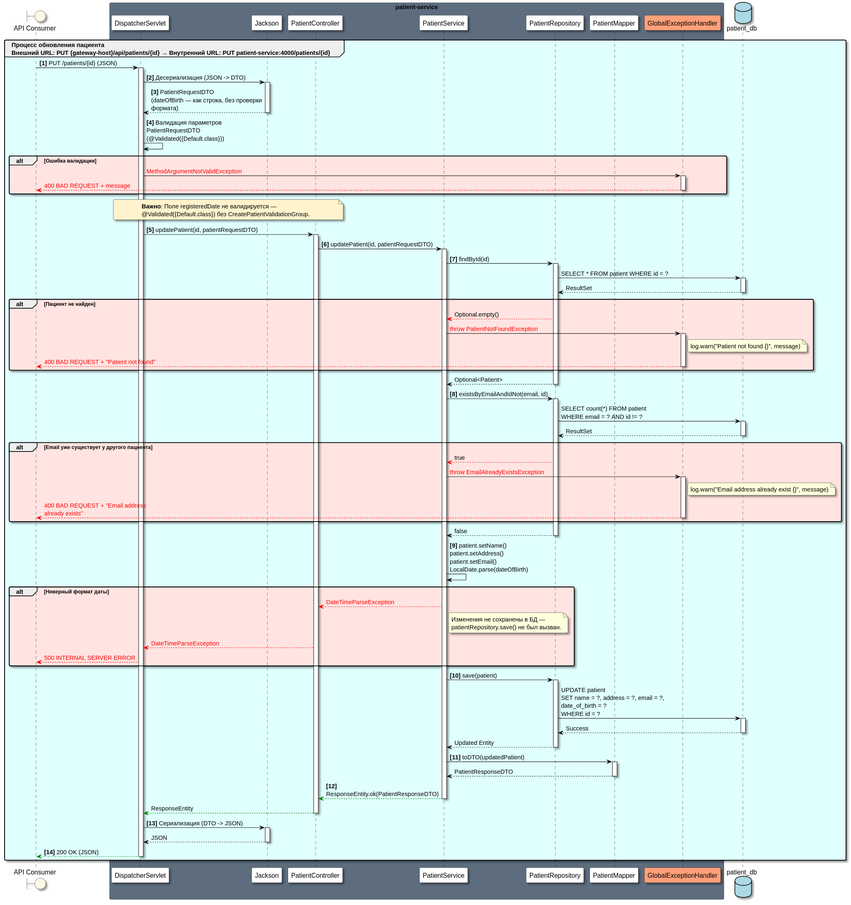
The PlantUML diagram Docs/As-is/Diagrams/PUT.patients.id.svg in ni1a207/Healthcare-System, before a commit. Source of this version:
```plantuml
@startuml
skinparam Shadowing true
skinparam RoundCorner 5
skinparam MaxMessageSize 250

boundary "API Consumer" as AC #FEF9E7

box "patient-service" #5D6D7E
    participant "DispatcherServlet" as DS #White
    participant "Jackson" as Jackson #White
    participant "PatientController" as Ctrl #White
    participant "PatientService" as Service #White
    participant "PatientRepository" as Repo #White
    participant "PatientMapper" as Mapper #White
    participant "GlobalExceptionHandler" as GEH #LightSalmon
end box

database "patient_db" as DB #LightBlue

group #LightCyan Процесс обновления пациента\nВнешний URL: PUT {gateway-host}/api/patients/{id} → Внутренний URL: PUT patient-service:4000/patients/{id}

    AC -> DS ++: **[1]** PUT /patients/{id} (JSON)

    DS -> Jackson ++: **[2]** Десериализация (JSON -> DTO)
    Jackson --> DS --: **[3]** PatientRequestDTO\n(dateOfBirth — как строка, без проверки формата)

    DS -> DS: **[4]** Валидация параметров PatientRequestDTO\n(@Validated({Default.class}))
    alt #MistyRose Ошибка валидации
        DS -> GEH ++: <color:#red>MethodArgumentNotValidException</color>
        GEH --[#red]> AC: <color:#red>400 BAD REQUEST + message</color>
        deactivate GEH
    end

    note over DS, Ctrl #FFF3CD: **Важно**: Поле registeredDate не валидируется —\n@Validated({Default.class}) без CreatePatientValidationGroup.

    DS -> Ctrl ++: **[5]** updatePatient(id, patientRequestDTO)
    Ctrl -> Service ++: **[6]** updatePatient(id, patientRequestDTO)

    Service -> Repo ++: **[7]** findById(id)
    Repo -> DB ++: SELECT * FROM patient WHERE id = ?
    DB --> Repo --: ResultSet

    alt #MistyRose Пациент не найден
        Repo --[#red]> Service: Optional.empty()
        Service -> GEH ++: <color:#red>throw PatientNotFoundException</color>
        note right of GEH: log.warn("Patient not found {}", message)
        GEH --[#red]> AC: <color:#red>400 BAD REQUEST + "Patient not found"</color>
        deactivate GEH
    end

    Repo --> Service --: Optional<Patient>

    Service -> Repo ++: **[8]** existsByEmailAndIdNot(email, id)
    Repo -> DB ++: SELECT count(*) FROM patient\nWHERE email = ? AND id != ?
    DB --> Repo --: ResultSet

    alt #MistyRose Email уже существует у другого пациента
        Repo --[#red]> Service: true
        Service -> GEH ++: <color:#red>throw EmailAlreadyExistsException</color>
        note right of GEH: log.warn("Email address already exist {}", message)
        GEH --[#red]> AC: <color:#red>400 BAD REQUEST + "Email address already exists"</color>
        deactivate GEH
    end

    Repo --> Service --: false

    Service -> Service: **[9]** patient.setName()\npatient.setAddress()\npatient.setEmail()\nLocalDate.parse(dateOfBirth)

    alt #MistyRose Неверный формат даты
        Service --[#red]> Ctrl: <color:#red>DateTimeParseException</color>
        note right of Service: Изменения не сохранены в БД —\npatientRepository.save() не был вызван.
        Ctrl --[#red]> DS: <color:#red>DateTimeParseException</color>
        DS --[#red]> AC: <color:#red>500 INTERNAL SERVER ERROR</color>
    end

    Service -> Repo ++: **[10]** save(patient)
    Repo -> DB ++: UPDATE patient\nSET name = ?, address = ?, email = ?, date_of_birth = ?\nWHERE id = ?
    DB --> Repo --: Success
    Repo --> Service --: Updated Entity

    Service -> Mapper ++: **[11]** toDTO(updatedPatient)
    Mapper --> Service --: PatientResponseDTO

    Service --[#green]> Ctrl --: **[12]** ResponseEntity.ok(PatientResponseDTO)
    Ctrl --[#green]> DS --: ResponseEntity

    DS -> Jackson ++: **[13]** Сериализация (DTO -> JSON)
    Jackson --> DS --: JSON

    DS --[#green]> AC --: **[14]** 200 OK (JSON)
    deactivate Repo
    deactivate Mapper

end
@enduml
```
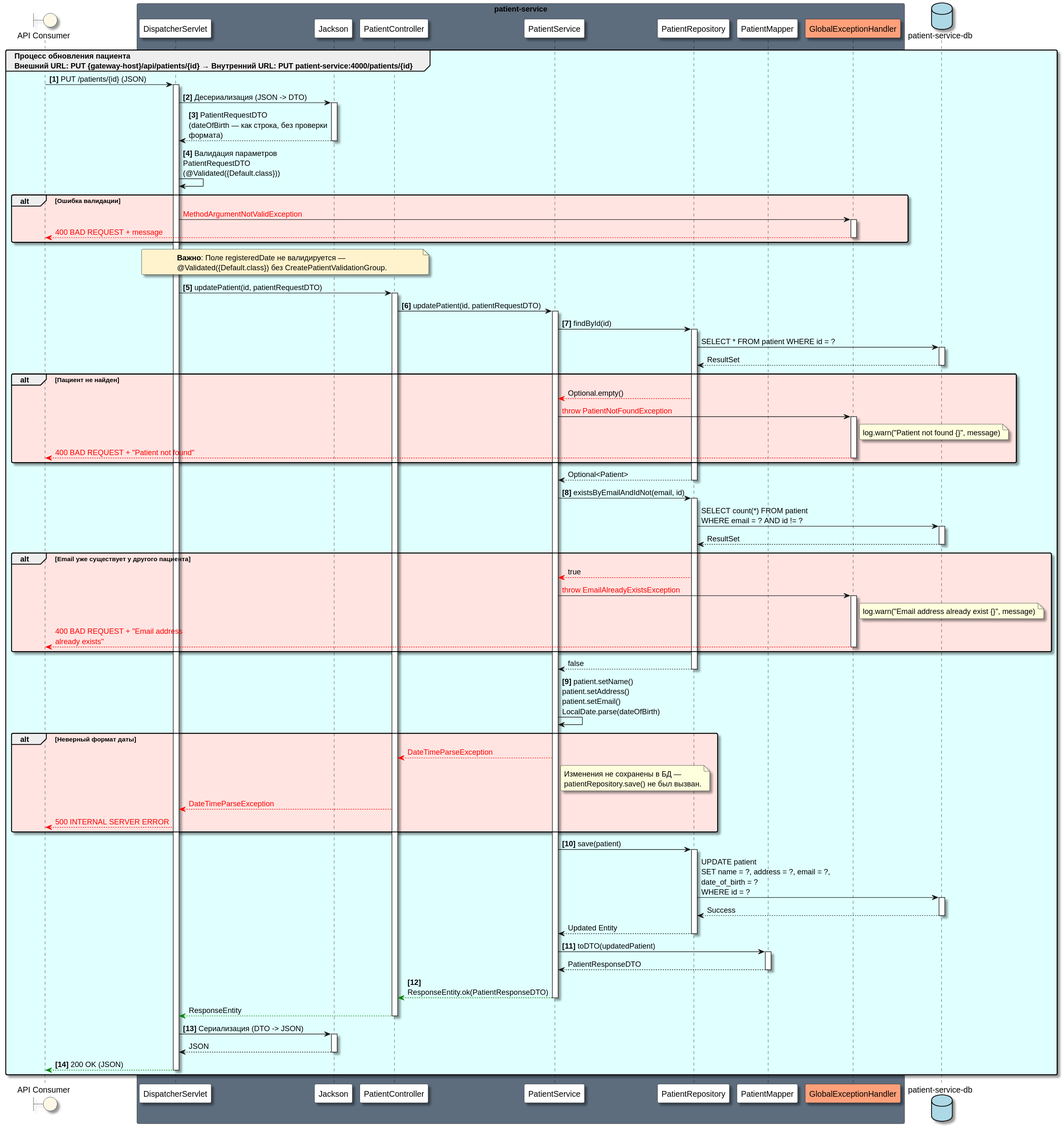
The same file after the commit.

Diff of the diagram source:
```diff
@@ -15,7 +15,7 @@
     participant "GlobalExceptionHandler" as GEH #LightSalmon
 end box
 
-database "patient_db" as DB #LightBlue
+database "patient-service-db" as DB #LightBlue
 
 group #LightCyan Процесс обновления пациента\nВнешний URL: PUT {gateway-host}/api/patients/{id} → Внутренний URL: PUT patient-service:4000/patients/{id}
 
```
